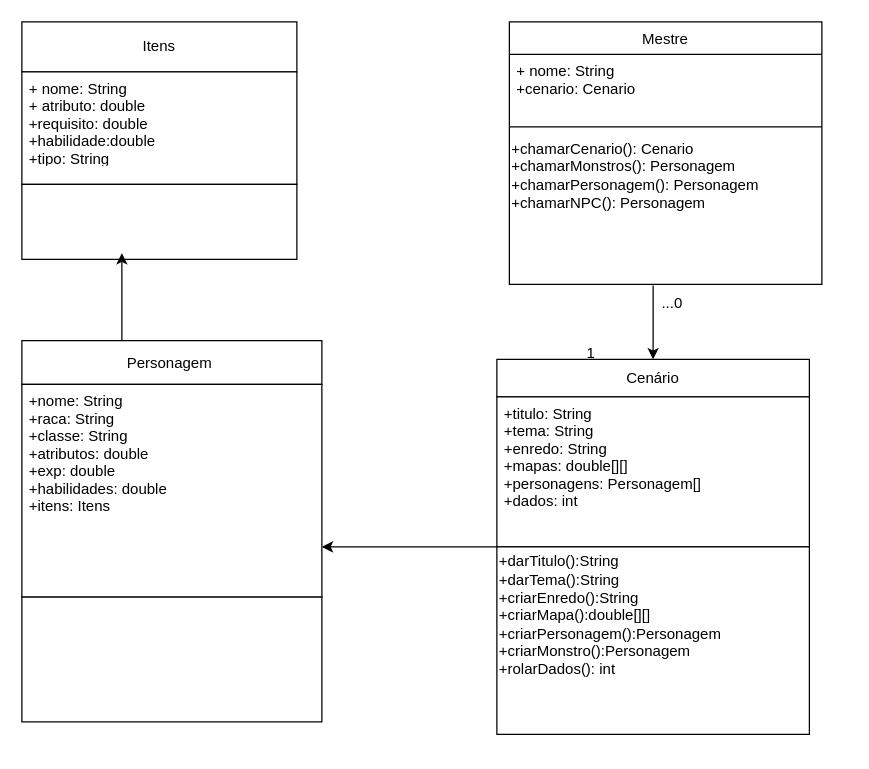
Before: Untitled Diagram.drawio in MrMoisesNoah/MestresDoRPG-trabalho-programaVemSerDBC, a draw.io diagram. Source tidied: cells renumbered, new cells numbered last; positions are measured from the earlier drawing's top-left corner, leaving out a move shared by most shapes. Both pictures are drawn from the tidied source at 125%, with x=0, y=0 at pixel (21, 21).
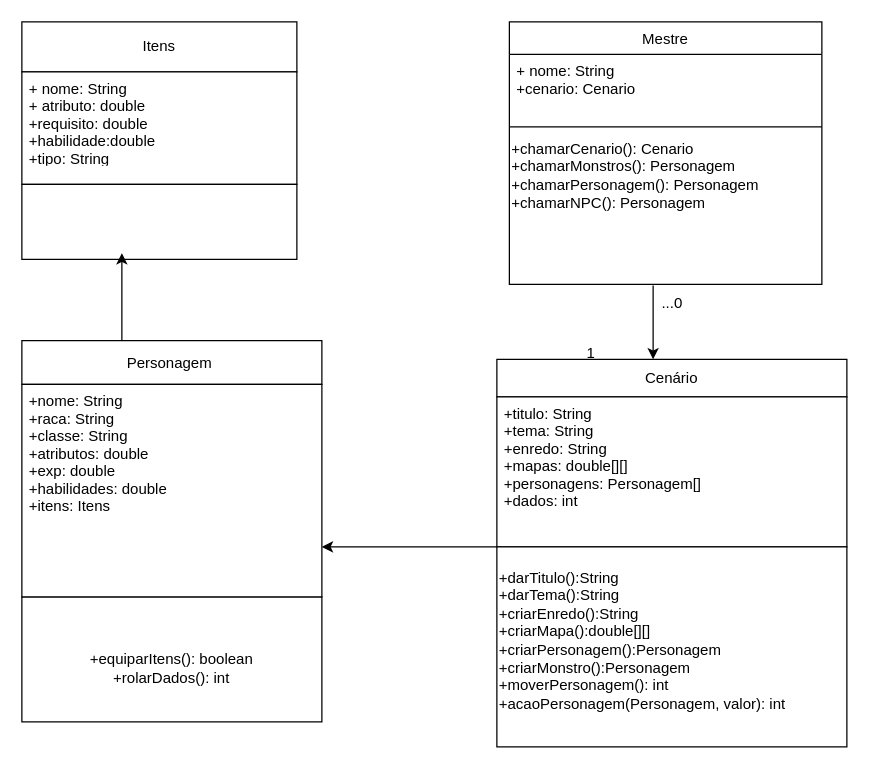
The same page after the edit.

Unchanged cells that the change refers to:
```xml
<mxCell id="19" value="...0" style="text;html=1;align=center;verticalAlign=middle;points=[];strokeColor=none;fillColor=none;" parent="1" vertex="1">
  <mxGeometry x="500" y="210" width="40" height="30" as="geometry" />
</mxCell>
```

What changed in the source:
```diff
@@
     <mxCell id="6" value="Cenário" style="rounded=0;whiteSpace=wrap;html=1;" parent="1" vertex="1">
-      <mxGeometry x="380" y="270" width="250" height="30" as="geometry" />
+      <mxGeometry x="380" y="270" width="280" height="30" as="geometry" />
     </mxCell>
     <mxCell id="7" style="rounded=0;whiteSpace=wrap;html=1;" parent="1" vertex="1">
-      <mxGeometry x="380" y="300" width="250" height="120" as="geometry" />
+      <mxGeometry x="380" y="300" width="280" height="120" as="geometry" />
     </mxCell>
@@
     <mxCell id="10" style="rounded=0;whiteSpace=wrap;html=1;" parent="1" vertex="1">
-      <mxGeometry x="380" y="420" width="250" height="150" as="geometry" />
+      <mxGeometry x="380" y="420" width="280" height="160" as="geometry" />
     </mxCell>
@@
-    <mxCell id="14" style="rounded=0;whiteSpace=wrap;html=1;" parent="1" vertex="1">
+    <mxCell id="14" value="&lt;br&gt;+equiparItens(): boolean&lt;br&gt;+rolarDados(): int" style="rounded=0;whiteSpace=wrap;html=1;" parent="1" vertex="1">
       <mxGeometry y="460" width="240" height="100" as="geometry" />
     </mxCell>
@@
     <mxCell id="18" value="+titulo: String&#10;+tema: String&#10;+enredo: String&#10;+mapas: double[][]&#10;+personagens: Personagem[]&#10;+dados: int" style="text;align=left;verticalAlign=top;spacingLeft=4;spacingRight=4;overflow=hidden;" parent="1" vertex="1">
-      <mxGeometry x="380" y="300" width="250" height="110" as="geometry" />
+      <mxGeometry x="380" y="300" width="280" height="110" as="geometry" />
     </mxCell>
@@
-    <mxCell id="21" style="endArrow=classic;html=1;rounded=0;exitX=0.125;exitY=0.033;exitDx=0;exitDy=0;exitPerimeter=0;entryX=0.5;entryY=0;entryDx=0;entryDy=0;" parent="1" edge="1" source="19" target="6">
-      <mxGeometry relative="1" as="geometry" />
+    <mxCell id="21" style="endArrow=classic;html=1;rounded=0;exitX=0.125;exitY=0.033;exitDx=0;exitDy=0;exitPerimeter=0;" parent="1" edge="1" source="19">
+      <mxGeometry relative="1" as="geometry">
+        <mxPoint x="505" y="270" as="targetPoint" />
+      </mxGeometry>
     </mxCell>
@@
-    <mxCell id="24" value="+darTitulo():String&lt;br&gt;+darTema():String&lt;br&gt;+criarEnredo():String&lt;br&gt;+criarMapa():double[][]&lt;br&gt;+criarPersonagem():Personagem&lt;br&gt;+criarMonstro():Personagem&lt;br&gt;+rolarDados(): int" style="text;html=1;align=left;verticalAlign=middle;strokeColor=none;fillColor=none;" parent="1" vertex="1">
-      <mxGeometry x="380" y="420" width="200" height="110" as="geometry" />
+    <mxCell id="24" value="+darTitulo():String&lt;br&gt;+darTema():String&lt;br&gt;+criarEnredo():String&lt;br&gt;+criarMapa():double[][]&lt;br&gt;+criarPersonagem():Personagem&lt;br&gt;+criarMonstro():Personagem&lt;br&gt;+moverPersonagem(): int&lt;br&gt;+acaoPersonagem(Personagem, valor): int" style="text;html=1;align=left;verticalAlign=middle;strokeColor=none;fillColor=none;" parent="1" vertex="1">
+      <mxGeometry x="380" y="430" width="250" height="130" as="geometry" />
     </mxCell>
-    <mxCell id="25" value="&lt;br&gt;&lt;br&gt;&lt;br&gt;" style="text;html=1;strokeColor=none;fillColor=none;align=left;verticalAlign=middle;whiteSpace=wrap;rounded=0;" parent="1" vertex="1">
-      <mxGeometry y="130" width="220" height="60" as="geometry" />
-    </mxCell>
```
